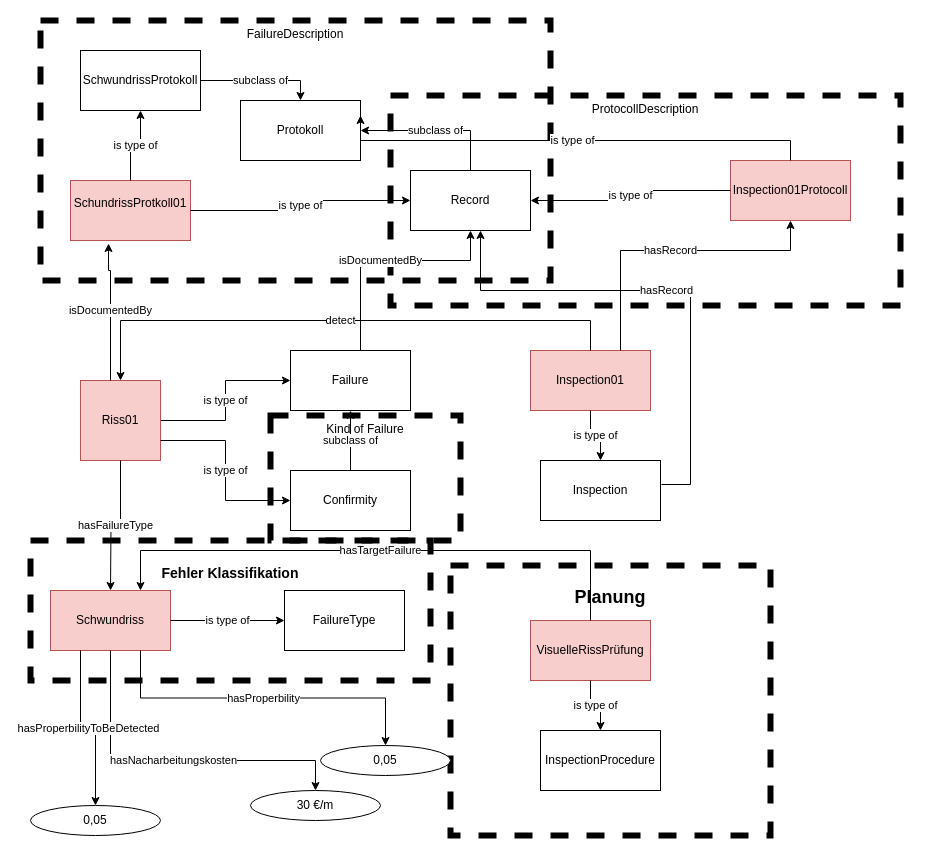
SebSeis/OntologyForConstructionQualityAssurance keeps this draw.io diagram as 08_Puclication/Unbenanntes Diagramm.drawio. Above is the earlier version. Source tidied: cells renumbered, new cells numbered last; positions are measured from the earlier drawing's top-left corner, leaving out a move shared by most shapes. Both pictures are drawn from the tidied source at 100%, with x=0, y=0 at pixel (30, 20).
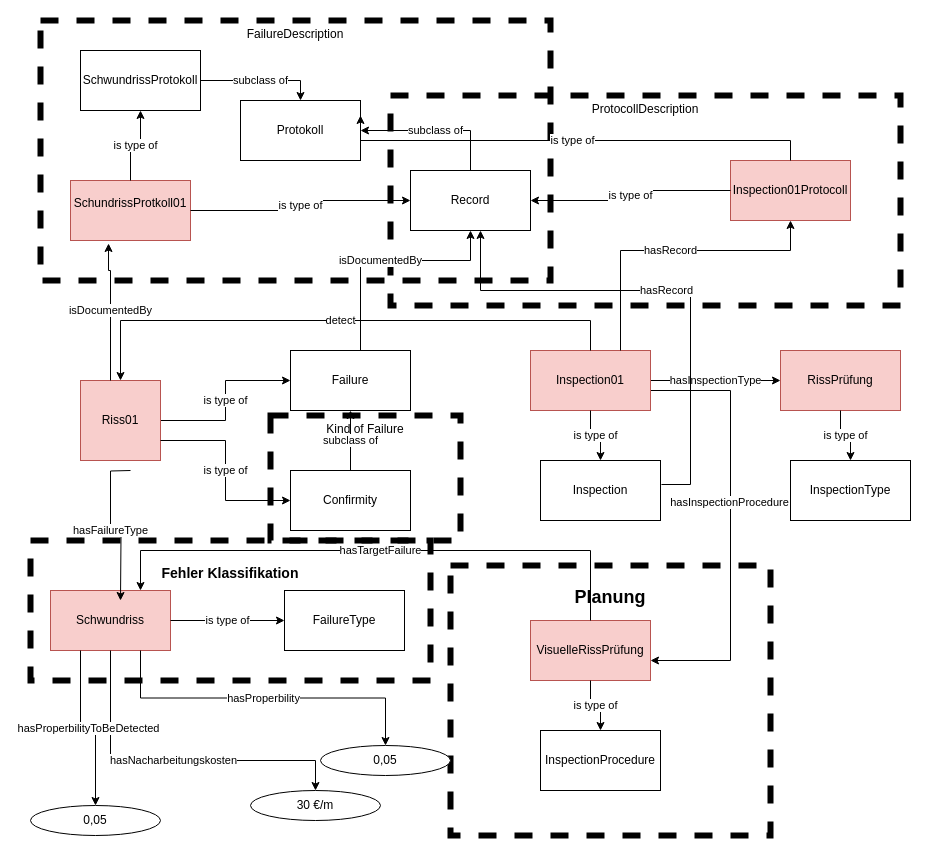
The same page after the edit.

The change refers to these unchanged cells:
```xml
<mxCell id="7" value="&lt;div&gt;Riss01&lt;/div&gt;" style="whiteSpace=wrap;html=1;flipH=0;flipV=1;fillColor=#f8cecc;strokeColor=#b85450;" parent="1" vertex="1">
  <mxGeometry x="50" y="360" width="80" height="80" as="geometry" />
</mxCell>
<mxCell id="16" value="Inspection01" style="rounded=0;whiteSpace=wrap;html=1;fillColor=#f8cecc;strokeColor=#b85450;" parent="1" vertex="1">
  <mxGeometry x="500" y="330" width="120" height="60" as="geometry" />
</mxCell>
```

Change to the diagram source:
```diff
@@
-    <mxCell id="12" value="hasFailureType" style="edgeStyle=orthogonalEdgeStyle;rounded=0;jettySize=auto;html=1;exitX=0.5;exitY=1;exitDx=0;exitDy=0;" parent="1" edge="1" source="7">
+    <mxCell id="12" value="hasInspectionType" style="edgeStyle=orthogonalEdgeStyle;rounded=0;jettySize=auto;html=1;exitX=1;exitY=0.5;exitDx=0;exitDy=0;entryX=0;entryY=0.5;entryDx=0;entryDy=0;" parent="1" edge="1" source="16" target="49">
       <mxGeometry relative="1" as="geometry">
-        <mxPoint x="80" y="570" as="targetPoint" />
+        <Array as="points">
+          <mxPoint x="680" y="360" />
+          <mxPoint x="680" y="360" />
+        </Array>
       </mxGeometry>
     </mxCell>
@@
+    <mxCell id="46" style="edgeStyle=orthogonalEdgeStyle;rounded=0;orthogonalLoop=1;jettySize=auto;html=1;" parent="1" edge="1">
+      <mxGeometry relative="1" as="geometry">
+        <mxPoint x="620" y="370" as="sourcePoint" />
+        <mxPoint x="620" y="640" as="targetPoint" />
+        <Array as="points">
+          <mxPoint x="700" y="370" />
+          <mxPoint x="700" y="640" />
+        </Array>
+      </mxGeometry>
+    </mxCell>
+    <mxCell id="47" value="&lt;div&gt;hasInspectionProcedure&lt;/div&gt;" style="edgeLabel;html=1;align=center;verticalAlign=middle;" parent="46" vertex="1">
+      <mxGeometry x="-0.11" y="-2" relative="1" as="geometry" />
+    </mxCell>
@@
+    <mxCell id="48" value="InspectionType" style="rounded=0;whiteSpace=wrap;html=1;" parent="1" vertex="1">
+      <mxGeometry x="760" y="440" width="120" height="60" as="geometry" />
+    </mxCell>
+    <mxCell id="49" value="RissPrüfung" style="rounded=0;whiteSpace=wrap;html=1;fillColor=#f8cecc;strokeColor=#b85450;" parent="1" vertex="1">
+      <mxGeometry x="750" y="330" width="120" height="60" as="geometry" />
+    </mxCell>
+    <mxCell id="50" value="is type of" style="edgeStyle=orthogonalEdgeStyle;rounded=0;jettySize=auto;html=1;entryX=0.5;entryY=0;entryDx=0;entryDy=0;exitX=0.5;exitY=1;exitDx=0;exitDy=0;" parent="1" edge="1" source="49" target="48">
+      <mxGeometry relative="1" as="geometry" />
+    </mxCell>
+    <mxCell id="51" value="hasFailureType" style="edgeStyle=orthogonalEdgeStyle;rounded=0;orthogonalLoop=1;jettySize=auto;html=1;exitX=0.5;exitY=1;exitDx=0;exitDy=0;" parent="1" edge="1">
+      <mxGeometry relative="1" as="geometry">
+        <mxPoint x="100" y="450" as="sourcePoint" />
+        <mxPoint x="90" y="580" as="targetPoint" />
+      </mxGeometry>
+    </mxCell>
```
